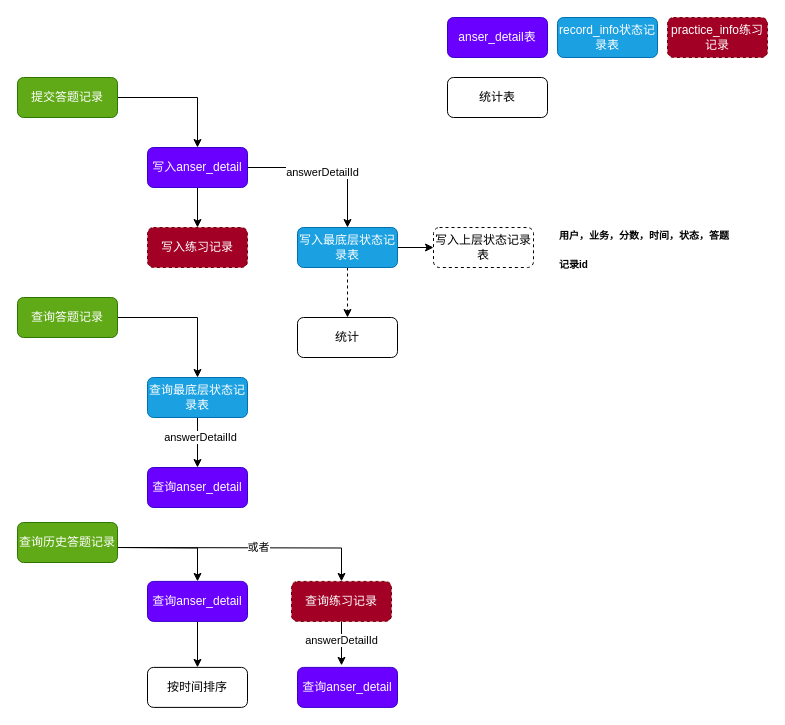
The draw.io diagram 学习记录模型.drawio in little-bee-zz/draw, before the edit. Source tidied: cells renumbered, new cells numbered last; positions are measured from the earlier drawing's top-left corner, leaving out a move shared by most shapes. Both pictures are drawn from the tidied source at 100%, with x=0, y=0 at pixel (17, 17).
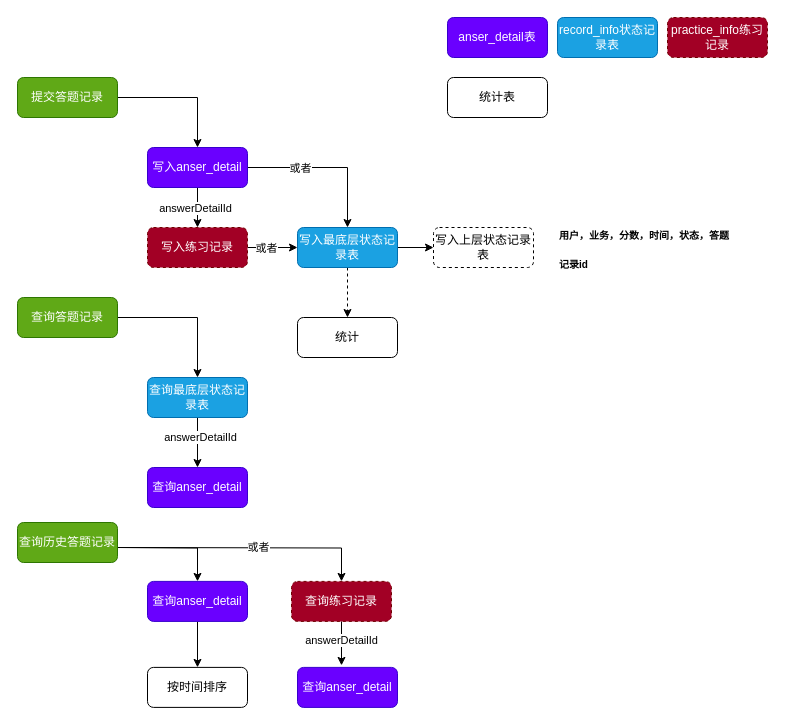
Above is the later version.

Commit message:
更新学习记录模型.drawio

Unchanged cells that the change refers to:
```xml
<mxCell id="7" value="写入anser_detail" style="rounded=1;whiteSpace=wrap;html=1;fillColor=#6a00ff;fontColor=#ffffff;strokeColor=#3700CC;" parent="1" vertex="1">
  <mxGeometry x="130" y="130" width="100" height="40" as="geometry" />
</mxCell>
<mxCell id="10" value="写入最底层状态记录表" style="rounded=1;whiteSpace=wrap;html=1;fillColor=#1ba1e2;fontColor=#ffffff;strokeColor=#006EAF;" parent="1" vertex="1">
  <mxGeometry x="280" y="210" width="100" height="40" as="geometry" />
</mxCell>
<mxCell id="11" value="写入练习记录" style="rounded=1;whiteSpace=wrap;html=1;dashed=1;fillColor=#a20025;fontColor=#ffffff;strokeColor=#6F0000;" parent="1" vertex="1">
  <mxGeometry x="130" y="210" width="100" height="40" as="geometry" />
</mxCell>
```

What changed in the source:
```diff
@@
+    <mxCell id="6" style="edgeStyle=orthogonalEdgeStyle;rounded=0;jettySize=auto;html=1;entryX=0.5;entryY=0;entryDx=0;entryDy=0;" parent="1" edge="1" source="7" target="11">
+      <mxGeometry relative="1" as="geometry" />
+    </mxCell>
+    <mxCell id="5" value="answerDetailId" style="edgeLabel;html=1;align=center;verticalAlign=middle;" parent="6" vertex="1">
+      <mxGeometry x="0.02" y="-3" relative="1" as="geometry" />
+    </mxCell>
-    <mxCell id="4" style="edgeStyle=orthogonalEdgeStyle;rounded=0;jettySize=auto;html=1;" parent="1" edge="1" source="7" target="10">
+    <mxCell id="4" style="edgeStyle=orthogonalEdgeStyle;rounded=0;jettySize=auto;html=1;entryX=0.5;entryY=0;entryDx=0;entryDy=0;" parent="1" edge="1" source="7" target="10">
       <mxGeometry relative="1" as="geometry" />
     </mxCell>
-    <mxCell id="5" value="answerDetailId" style="edgeLabel;html=1;align=center;verticalAlign=middle;" parent="4" vertex="1">
-      <mxGeometry x="-0.07" y="-4" relative="1" as="geometry" />
-    </mxCell>
-    <mxCell id="6" style="edgeStyle=orthogonalEdgeStyle;rounded=0;jettySize=auto;html=1;entryX=0.5;entryY=0;entryDx=0;entryDy=0;" parent="1" edge="1" source="7" target="11">
-      <mxGeometry relative="1" as="geometry" />
-    </mxCell>
+    <mxCell id="37" value="或者" style="edgeLabel;html=1;align=center;verticalAlign=middle;" parent="4" vertex="1">
+      <mxGeometry x="-0.35" relative="1" as="geometry" />
+    </mxCell>
@@
+    <mxCell id="38" style="edgeStyle=orthogonalEdgeStyle;rounded=0;jettySize=auto;html=1;" parent="1" edge="1" source="11" target="10">
+      <mxGeometry relative="1" as="geometry" />
+    </mxCell>
+    <mxCell id="39" value="或者" style="edgeLabel;html=1;align=center;verticalAlign=middle;" parent="38" vertex="1">
+      <mxGeometry x="-0.28" relative="1" as="geometry" />
+    </mxCell>
```
